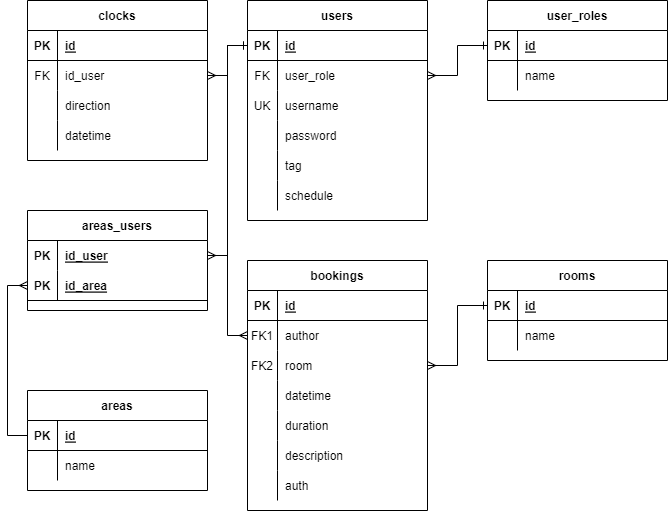
Above: models/setr.drawio.png in slepper117/setr13backend (draw.io), before the change. Source tidied: cells renumbered, new cells last; positions are measured from the earlier drawing's top-left corner, leaving out a move shared by most shapes.
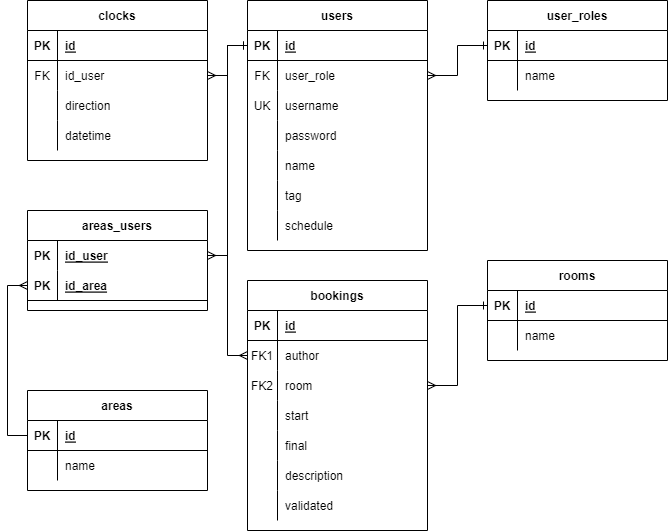
The same diagram one commit later.

What changed in the source:
```diff
@@ -3,7 +3,7 @@
     <mxCell id="0" />
     <mxCell id="1" parent="0" />
     <mxCell id="2" value="users" style="shape=table;startSize=30;rowLines=0;fontStyle=1;align=center;" parent="1" vertex="1">
-      <mxGeometry x="220" width="180" height="220" as="geometry" />
+      <mxGeometry x="220" width="180" height="250" as="geometry" />
     </mxCell>
     <mxCell id="3" style="shape=tableRow;horizontal=0;startSize=0;swimlaneHead=0;swimlaneBody=0;fillColor=none;points=[[0,0.5],[1,0.5]];portConstraint=eastwest;top=0;left=0;right=0;bottom=1;" parent="2" vertex="1">
       <mxGeometry y="30" width="180" height="30" as="geometry" />
@@ -41,8 +41,17 @@
     <mxCell id="14" value="password" style="shape=partialRectangle;fillColor=none;top=0;left=0;bottom=0;right=0;align=left;spacingLeft=6;overflow=hidden;" parent="12" vertex="1">
       <mxGeometry x="30" width="150" height="30" as="geometry" />
     </mxCell>
+    <mxCell id="90" style="shape=tableRow;horizontal=0;startSize=0;swimlaneHead=0;swimlaneBody=0;fillColor=none;top=0;left=0;right=0;bottom=0;" parent="2" vertex="1">
+      <mxGeometry y="150" width="180" height="30" as="geometry" />
+    </mxCell>
+    <mxCell id="91" style="shape=partialRectangle;fillColor=none;top=0;left=0;bottom=0;right=0;overflow=hidden;" parent="90" vertex="1">
+      <mxGeometry width="30" height="30" as="geometry" />
+    </mxCell>
+    <mxCell id="92" value="name" style="shape=partialRectangle;fillColor=none;top=0;left=0;bottom=0;right=0;align=left;spacingLeft=6;overflow=hidden;" parent="90" vertex="1">
+      <mxGeometry x="30" width="150" height="30" as="geometry" />
+    </mxCell>
     <mxCell id="15" style="shape=tableRow;horizontal=0;startSize=0;swimlaneHead=0;swimlaneBody=0;fillColor=none;top=0;left=0;right=0;bottom=0;" parent="2" vertex="1">
-      <mxGeometry y="150" width="180" height="30" as="geometry" />
+      <mxGeometry y="180" width="180" height="30" as="geometry" />
     </mxCell>
     <mxCell id="16" style="shape=partialRectangle;fillColor=none;top=0;left=0;bottom=0;right=0;overflow=hidden;" parent="15" vertex="1">
       <mxGeometry width="30" height="30" as="geometry" />
@@ -51,7 +60,7 @@
       <mxGeometry x="30" width="150" height="30" as="geometry" />
     </mxCell>
     <mxCell id="18" style="shape=tableRow;horizontal=0;startSize=0;swimlaneHead=0;swimlaneBody=0;fillColor=none;top=0;left=0;right=0;bottom=0;" parent="2" vertex="1">
-      <mxGeometry y="180" width="180" height="30" as="geometry" />
+      <mxGeometry y="210" width="180" height="30" as="geometry" />
     </mxCell>
     <mxCell id="19" style="shape=partialRectangle;fillColor=none;top=0;left=0;bottom=0;right=0;overflow=hidden;" parent="18" vertex="1">
       <mxGeometry width="30" height="30" as="geometry" />
@@ -84,7 +93,7 @@
       <mxGeometry relative="1" as="geometry" />
     </mxCell>
     <mxCell id="29" value="bookings" style="shape=table;startSize=30;rowLines=0;fontStyle=1;align=center;" parent="1" vertex="1">
-      <mxGeometry x="220" y="260" width="180" height="250" as="geometry" />
+      <mxGeometry x="220" y="280" width="180" height="250" as="geometry" />
     </mxCell>
     <mxCell id="30" style="shape=tableRow;horizontal=0;startSize=0;swimlaneHead=0;swimlaneBody=0;fillColor=none;top=0;left=0;right=0;bottom=1;" parent="29" vertex="1">
       <mxGeometry y="30" width="180" height="30" as="geometry" />
@@ -119,7 +128,7 @@
     <mxCell id="40" style="shape=partialRectangle;fillColor=none;top=0;left=0;bottom=0;right=0;overflow=hidden;" parent="39" vertex="1">
       <mxGeometry width="30" height="30" as="geometry" />
     </mxCell>
-    <mxCell id="41" value="datetime" style="shape=partialRectangle;fillColor=none;top=0;left=0;bottom=0;right=0;align=left;spacingLeft=6;overflow=hidden;" parent="39" vertex="1">
+    <mxCell id="41" value="start" style="shape=partialRectangle;fillColor=none;top=0;left=0;bottom=0;right=0;align=left;spacingLeft=6;overflow=hidden;" parent="39" vertex="1">
       <mxGeometry x="30" width="150" height="30" as="geometry" />
     </mxCell>
     <mxCell id="42" style="shape=tableRow;horizontal=0;startSize=0;swimlaneHead=0;swimlaneBody=0;fillColor=none;top=0;left=0;right=0;bottom=0;" parent="29" vertex="1">
@@ -128,7 +137,7 @@
     <mxCell id="43" style="shape=partialRectangle;fillColor=none;top=0;left=0;bottom=0;right=0;overflow=hidden;" parent="42" vertex="1">
       <mxGeometry width="30" height="30" as="geometry" />
     </mxCell>
-    <mxCell id="44" value="duration" style="shape=partialRectangle;fillColor=none;top=0;left=0;bottom=0;right=0;align=left;spacingLeft=6;overflow=hidden;" parent="42" vertex="1">
+    <mxCell id="44" value="final" style="shape=partialRectangle;fillColor=none;top=0;left=0;bottom=0;right=0;align=left;spacingLeft=6;overflow=hidden;" parent="42" vertex="1">
       <mxGeometry x="30" width="150" height="30" as="geometry" />
     </mxCell>
     <mxCell id="45" style="shape=tableRow;horizontal=0;startSize=0;swimlaneHead=0;swimlaneBody=0;fillColor=none;top=0;left=0;right=0;bottom=0;" parent="29" vertex="1">
@@ -146,7 +155,7 @@
     <mxCell id="49" style="shape=partialRectangle;fillColor=none;top=0;left=0;bottom=0;right=0;overflow=hidden;" parent="48" vertex="1">
       <mxGeometry width="30" height="30" as="geometry" />
     </mxCell>
-    <mxCell id="50" value="auth" style="shape=partialRectangle;fillColor=none;top=0;left=0;bottom=0;right=0;align=left;spacingLeft=6;overflow=hidden;" parent="48" vertex="1">
+    <mxCell id="50" value="validated" style="shape=partialRectangle;fillColor=none;top=0;left=0;bottom=0;right=0;align=left;spacingLeft=6;overflow=hidden;" parent="48" vertex="1">
       <mxGeometry x="30" width="150" height="30" as="geometry" />
     </mxCell>
     <mxCell id="51" value="clocks" style="shape=table;startSize=30;rowLines=0;fontStyle=1;align=center;" parent="1" vertex="1">
```
